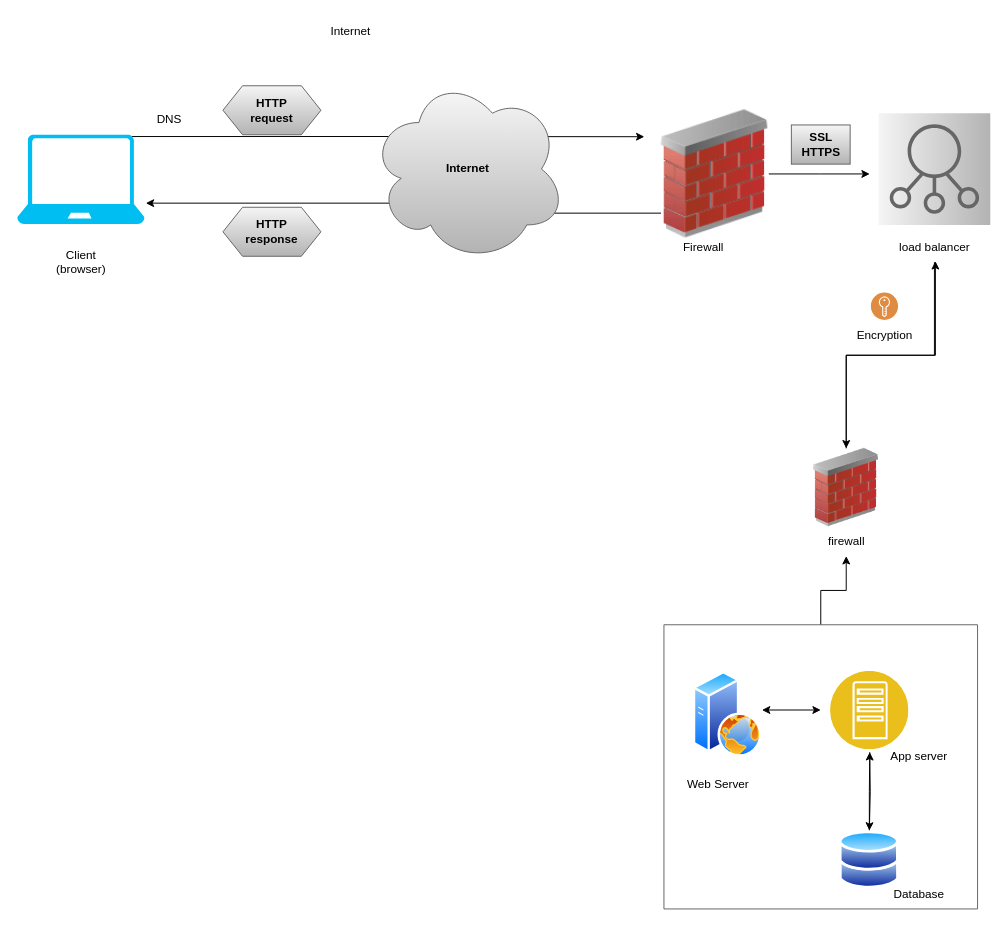
Earlier version of the draw.io diagram 0x11-what_happens_when_your_type_google_com_in_your_browser_and_press_enter/Untitled Diagram.drawio (nazarenegena/alx-system_engineering-devops). Source tidied: cells renumbered, new cells numbered last; positions are measured from the earlier drawing's top-left corner, leaving out a move shared by most shapes. Both pictures are drawn from the tidied source at 98%, with x=0, y=0 at pixel (17, 17).
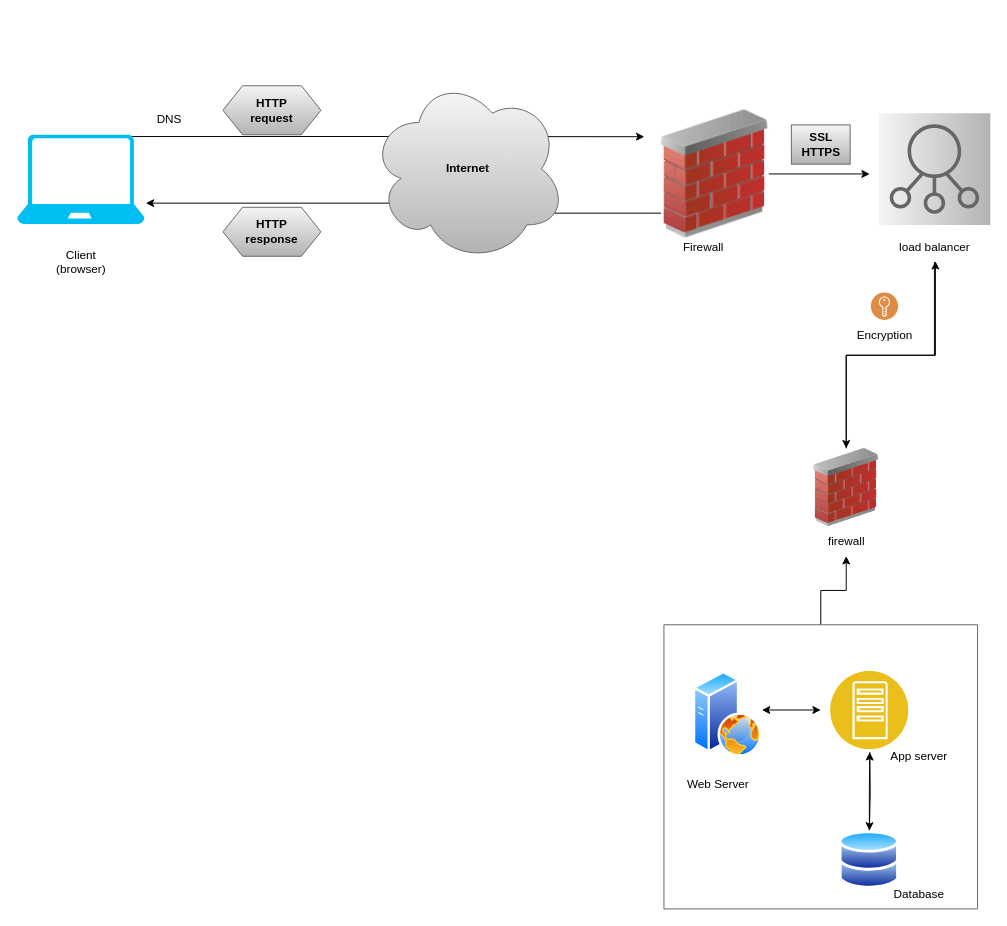
After the change.

The edit, as a diff of the source:
```diff
@@
-    <mxCell id="12" value="Internet" style="text;html=1;align=center;verticalAlign=middle;strokeColor=none;fillColor=none;" parent="1" vertex="1">
-      <mxGeometry x="310" width="60" height="30" as="geometry" />
-    </mxCell>
```
